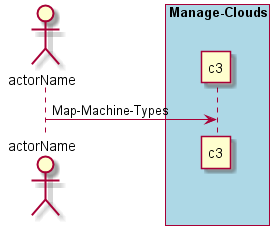
This is docs/UseCases/Manage-Clouds/Map-Machine-Types.png from CAADE/C3, a PlantUML export, as it was before one commit. The source it was exported from:
```plantuml
@startuml
Actor "actorName" as A

box "Manage-Clouds" #lightblue
participant "c3" as S
A -> S : Map-Machine-Types
end box

@enduml
```
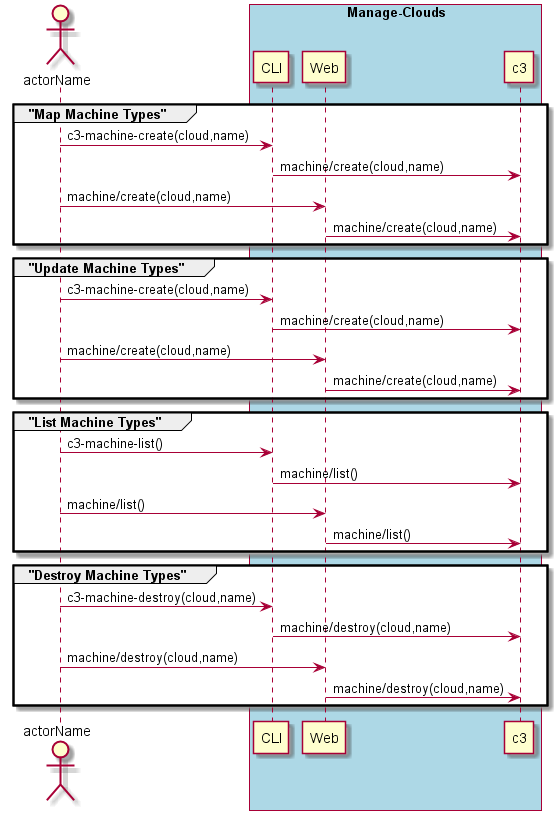
Above is the later version.

The edit, as a diff of the source:
```diff
@@ -2,8 +2,38 @@
 Actor "actorName" as A
 
 box "Manage-Clouds" #lightblue
+participant CLI as CLI
+participant Web as Web
 participant "c3" as S
-A -> S : Map-Machine-Types
+
+group "Map Machine Types"
+    A -> CLI : c3-machine-create(cloud,name)
+    CLI -> S : machine/create(cloud,name)
+    A -> Web : machine/create(cloud,name)
+    Web -> S : machine/create(cloud,name)
+end
+
+group "Update Machine Types"
+    A -> CLI : c3-machine-create(cloud,name)
+    CLI -> S : machine/create(cloud,name)
+    A -> Web : machine/create(cloud,name)
+    Web -> S : machine/create(cloud,name)
+end
+
+group "List Machine Types"
+    A -> CLI : c3-machine-list()
+    CLI -> S : machine/list()
+    A -> Web : machine/list()
+    Web -> S : machine/list()
+end
+
+group "Destroy Machine Types"
+    A -> CLI : c3-machine-destroy(cloud,name)
+    CLI -> S : machine/destroy(cloud,name)
+    A -> Web : machine/destroy(cloud,name)
+    Web -> S : machine/destroy(cloud,name)
+end
+
 end box
 
 @enduml
```
